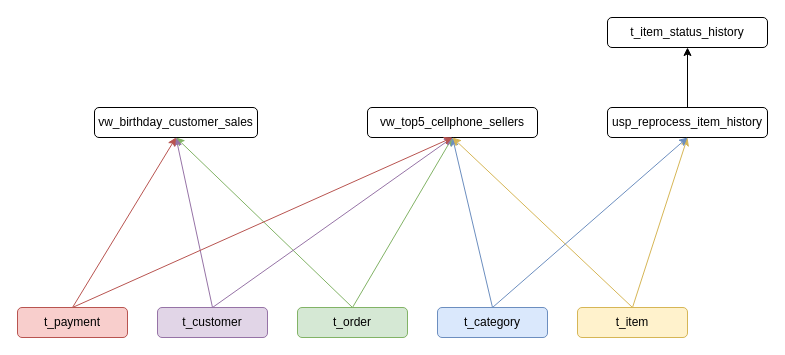
The draw.io diagram MLibreCase.drawio in MelanieP20/PASSOS_MLC, before the edit. Source tidied: cells renumbered, new cells numbered last; positions are measured from the earlier drawing's top-left corner, leaving out a move shared by most shapes. Both pictures are drawn from the tidied source at 100%, with x=0, y=0 at pixel (17, 17).
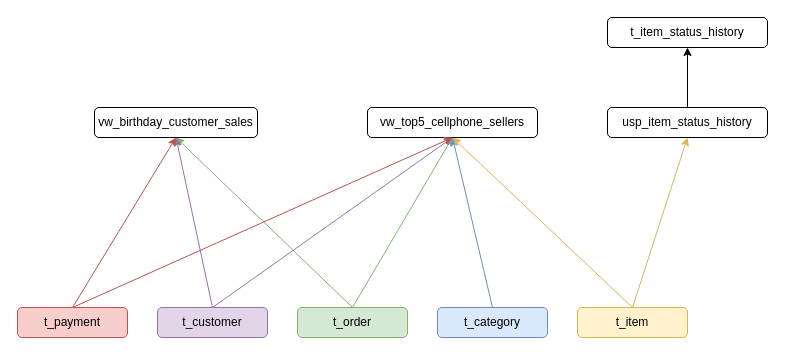
The same page after the edit.

The change refers to these unchanged cells:
```xml
<mxCell id="2" value="t_category" style="rounded=1;whiteSpace=wrap;html=1;fillColor=#dae8fc;strokeColor=#6c8ebf;" parent="1" vertex="1">
  <mxGeometry x="420" y="290" width="110" height="30" as="geometry" />
</mxCell>
```

Diff of the diagram source:
```diff
@@
-    <mxCell id="17" value="usp_reprocess_item_history" style="rounded=1;whiteSpace=wrap;html=1;" parent="1" vertex="1">
+    <mxCell id="17" value="usp_item_status_history" style="rounded=1;whiteSpace=wrap;html=1;" parent="1" vertex="1">
       <mxGeometry x="590" y="90" width="160" height="30" as="geometry" />
     </mxCell>
@@
-    <mxCell id="19" style="endArrow=classic;html=1;rounded=0;exitX=0.5;exitY=0;exitDx=0;exitDy=0;entryX=0.5;entryY=1;entryDx=0;entryDy=0;fillColor=#dae8fc;strokeColor=#6c8ebf;" parent="1" edge="1" source="2" target="17">
-      <mxGeometry relative="1" as="geometry" />
-    </mxCell>
```
